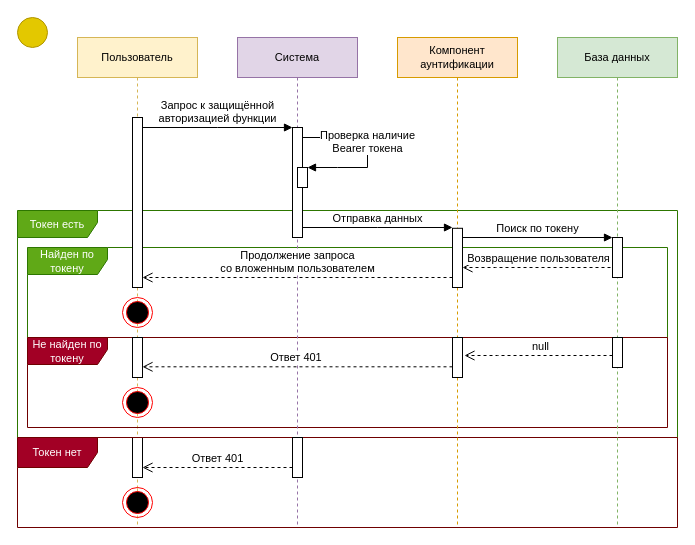
The draw.io diagram page "Общее: sanctum" (2 of 7) of docs/Последовательности.drawio in savayaqu/course-project-4, before the edit. Source tidied: cells renumbered, new cells numbered last; positions are measured from the earlier drawing's top-left corner, leaving out a move shared by most shapes. Both pictures are drawn from the tidied source at 100%, with x=0, y=0 at pixel (17, 17).
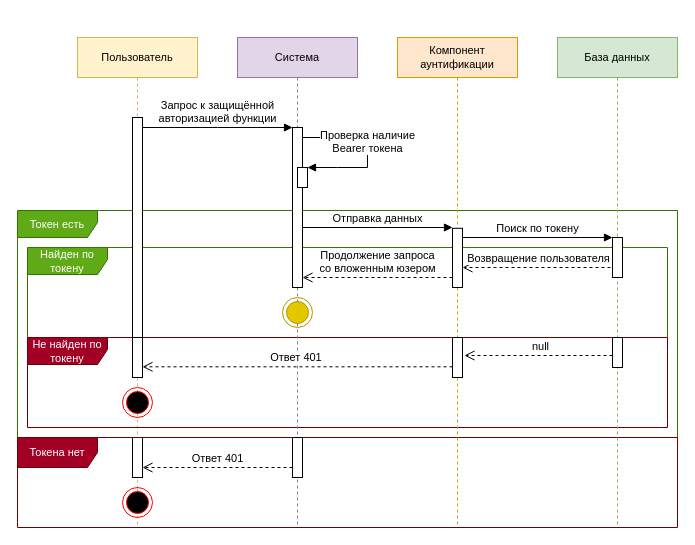
The same page after the edit.

Unchanged cells that the change refers to:
```xml
<mxCell id="4" value="Пользователь" style="shape=umlLifeline;perimeter=lifelinePerimeter;whiteSpace=wrap;html=1;labelBackgroundColor=none;strokeColor=#d6b656;fontFamily=Helvetica;fontSize=11;fillColor=#fff2cc;" parent="1" vertex="1">
  <mxGeometry x="60" y="20" width="120" height="490" as="geometry" />
</mxCell>
<mxCell id="10" value="Система" style="shape=umlLifeline;perimeter=lifelinePerimeter;whiteSpace=wrap;html=1;labelBackgroundColor=none;strokeColor=#9673a6;fontFamily=Helvetica;fontSize=11;fillColor=#e1d5e7;" parent="1" vertex="1">
  <mxGeometry x="220" y="20" width="120" height="490" as="geometry" />
</mxCell>
```

What changed in the source:
```diff
@@
     <mxCell id="5" style="html=1;points=[];perimeter=orthogonalPerimeter;labelBackgroundColor=none;strokeColor=#000000;fontFamily=Helvetica;fontSize=11;fontColor=default;fillColor=default;" parent="4" vertex="1">
-      <mxGeometry x="55" y="80" width="10" height="170" as="geometry" />
+      <mxGeometry x="55" y="80" width="10" height="220" as="geometry" />
     </mxCell>
-    <mxCell id="6" style="ellipse;html=1;shape=endState;fillColor=#000000;strokeColor=#ff0000;labelBackgroundColor=none;fontFamily=Helvetica;fontSize=11;fontColor=default;" parent="4" vertex="1">
-      <mxGeometry x="45" y="260" width="30" height="30" as="geometry" />
-    </mxCell>
@@
-    <mxCell id="9" value="Токен нет" style="shape=umlFrame;whiteSpace=wrap;html=1;labelBackgroundColor=none;strokeColor=#6F0000;fontFamily=Helvetica;fontSize=11;fillColor=#a20025;fontColor=#ffffff;width=80;height=30;" parent="1" vertex="1">
+    <mxCell id="9" value="Токена нет" style="shape=umlFrame;whiteSpace=wrap;html=1;labelBackgroundColor=none;strokeColor=#6F0000;fontFamily=Helvetica;fontSize=11;fillColor=#a20025;fontColor=#ffffff;width=80;height=30;" parent="1" vertex="1">
       <mxGeometry y="420" width="660" height="90" as="geometry" />
     </mxCell>
@@
     <mxCell id="12" style="html=1;points=[];perimeter=orthogonalPerimeter;labelBackgroundColor=none;strokeColor=#000000;fontFamily=Helvetica;fontSize=11;fontColor=default;fillColor=default;" parent="10" vertex="1">
-      <mxGeometry x="55" y="90" width="10" height="110" as="geometry" />
+      <mxGeometry x="55" y="90" width="10" height="160" as="geometry" />
     </mxCell>
@@
-    <mxCell id="14" value="Продолжение запроса&lt;div&gt;со вложенным пользователем&lt;/div&gt;" style="html=1;verticalAlign=bottom;endArrow=open;dashed=1;endSize=8;rounded=0;labelBackgroundColor=default;strokeColor=default;fontFamily=Helvetica;fontSize=11;fontColor=default;shape=connector;curved=0;" parent="10" edge="1">
+    <mxCell id="14" value="Продолжение запроса&lt;div&gt;со вложенным юзером&lt;/div&gt;" style="html=1;verticalAlign=bottom;endArrow=open;dashed=1;endSize=8;rounded=0;labelBackgroundColor=default;strokeColor=default;fontFamily=Helvetica;fontSize=11;fontColor=default;shape=connector;curved=0;" parent="10" edge="1" target="12">
       <mxGeometry relative="1" as="geometry">
         <mxPoint x="215" y="240" as="sourcePoint" />
-        <mxPoint x="-95" y="240" as="targetPoint" />
       </mxGeometry>
     </mxCell>
+    <mxCell id="6" style="ellipse;html=1;shape=endState;labelBackgroundColor=none;fontFamily=Helvetica;fontSize=11;fillColor=#e3c800;fontColor=#000000;strokeColor=#B09500;" parent="10" vertex="1">
+      <mxGeometry x="45" y="260" width="30" height="30" as="geometry" />
+    </mxCell>
@@
-    <mxCell id="35" style="ellipse;whiteSpace=wrap;html=1;fontFamily=Helvetica;fontSize=11;fontColor=#000000;labelBackgroundColor=default;fillColor=#e3c800;strokeColor=#B09500;" parent="1" vertex="1">
-      <mxGeometry width="30" height="30" as="geometry" />
-    </mxCell>
```
